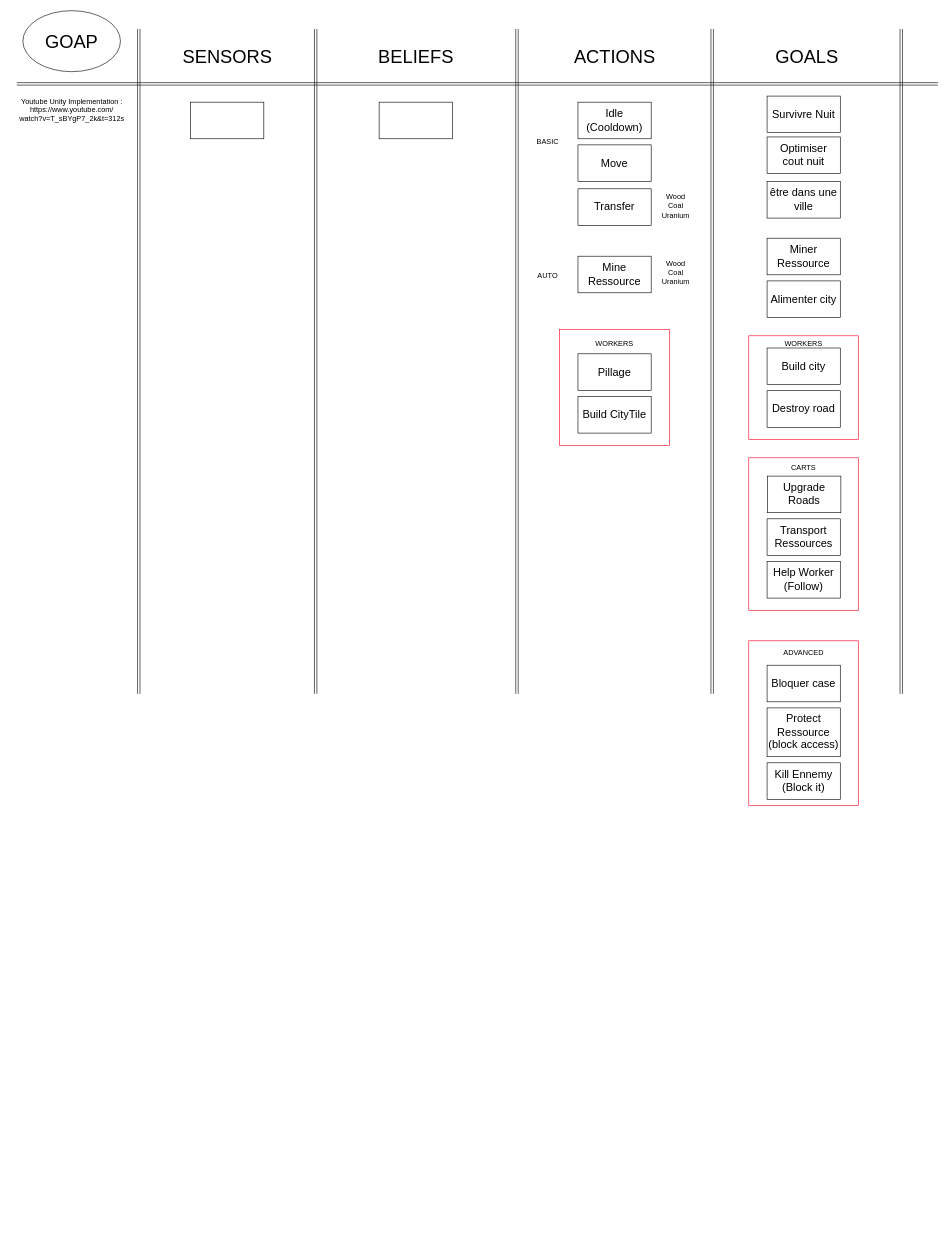
LouisViel/Lux-AI keeps this draw.io diagram as page "Unit" (4 of 6) of sources/lux.drawio. Above is the earlier version. Source tidied: cells renumbered, new cells numbered last; positions are measured from the earlier drawing's top-left corner, leaving out a move shared by most shapes. Both pictures are drawn from the tidied source at 61%, with x=0, y=0 at pixel (10, 10).
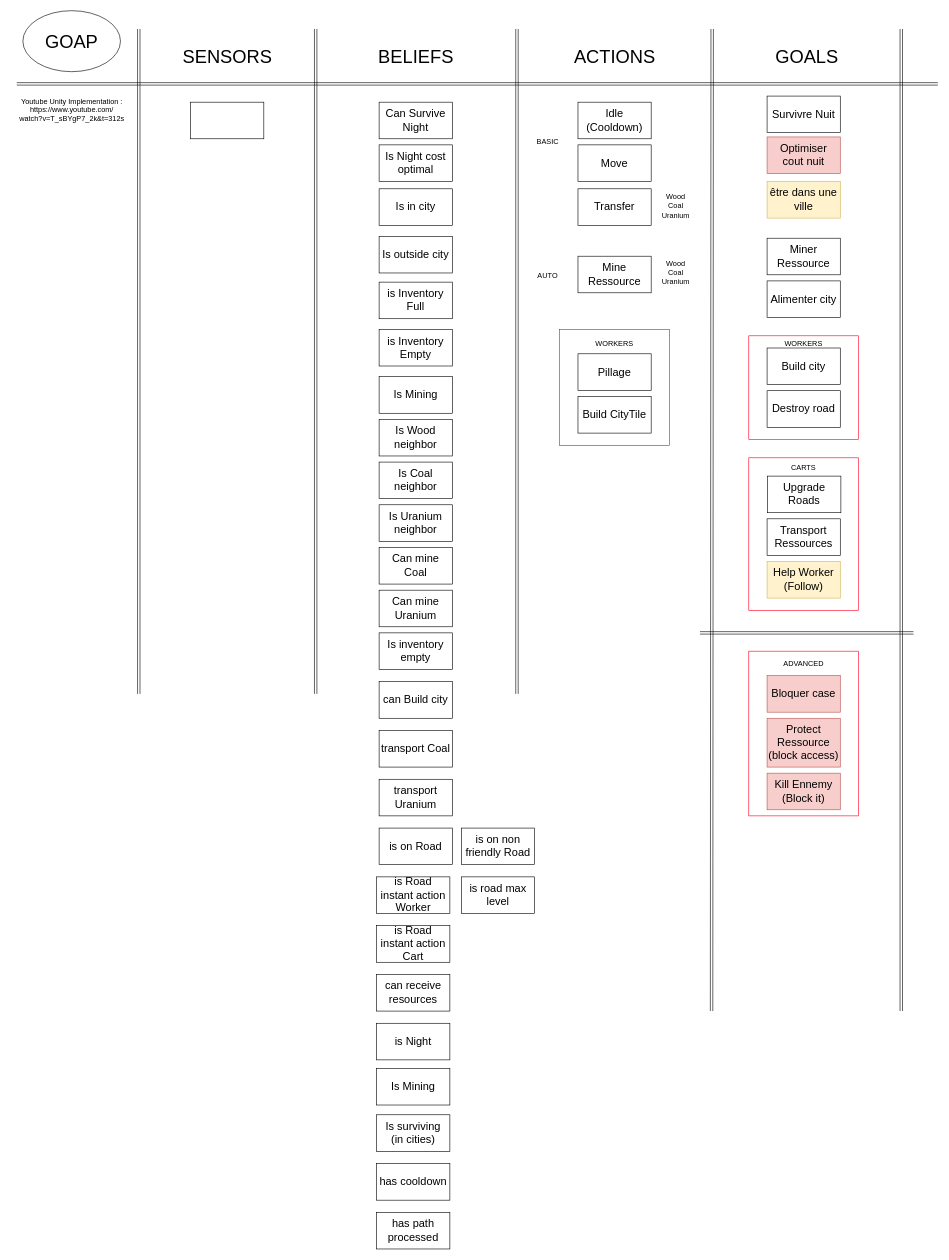
The same page after the edit.

Commit message:
Goap Unit Beliefs first listing

The edit, as a diff of the source:
```diff
@@
     <mxCell id="2" value="&lt;div&gt;ADVANCED&lt;br&gt;&lt;br&gt;&lt;br&gt;&lt;br&gt;&lt;br&gt;&lt;br&gt;&lt;br&gt;&lt;br&gt;&lt;br&gt;&lt;/div&gt;&lt;div&gt;&lt;br&gt;&lt;/div&gt;&lt;div&gt;&lt;br&gt;&lt;/div&gt;&lt;div&gt;&lt;br&gt;&lt;/div&gt;&lt;div&gt;&lt;br&gt;&lt;/div&gt;&lt;div&gt;&lt;br&gt;&lt;/div&gt;&lt;div&gt;&lt;br&gt;&lt;/div&gt;&lt;div&gt;&lt;br&gt;&lt;/div&gt;&lt;div&gt;&lt;br&gt;&lt;/div&gt;" style="whiteSpace=wrap;html=1;fillColor=none;strokeColor=#FF0022;" parent="1" vertex="1">
-      <mxGeometry x="1210" y="1033" width="180" height="270" as="geometry" />
+      <mxGeometry x="1210" y="1050" width="180" height="270" as="geometry" />
     </mxCell>
@@
     <mxCell id="12" style="orthogonalLoop=1;jettySize=auto;html=1;rounded=0;shape=link;labelBackgroundColor=none;fontColor=default;" parent="1" edge="1">
       <mxGeometry relative="1" as="geometry">
         <mxPoint x="1150" y="30" as="sourcePoint" />
-        <mxPoint x="1150" y="1120" as="targetPoint" />
+        <mxPoint x="1149" y="1640" as="targetPoint" />
       </mxGeometry>
     </mxCell>
     <mxCell id="13" style="orthogonalLoop=1;jettySize=auto;html=1;rounded=0;shape=link;labelBackgroundColor=none;fontColor=default;" parent="1" edge="1">
       <mxGeometry relative="1" as="geometry">
         <mxPoint x="1460" y="30" as="sourcePoint" />
-        <mxPoint x="1460" y="1120" as="targetPoint" />
+        <mxPoint x="1460" y="1640" as="targetPoint" />
       </mxGeometry>
     </mxCell>
@@
-    <mxCell id="16" style="whiteSpace=wrap;html=1;fontSize=18;labelBackgroundColor=none;" parent="1" vertex="1">
+    <mxCell id="16" value="Can Survive Night" style="whiteSpace=wrap;html=1;fontSize=18;labelBackgroundColor=none;" parent="1" vertex="1">
       <mxGeometry x="604" y="150" width="120" height="60" as="geometry" />
     </mxCell>
@@
-    <mxCell id="23" value="Bloquer case" style="whiteSpace=wrap;html=1;fontSize=18;labelBackgroundColor=none;" parent="1" vertex="1">
-      <mxGeometry x="1240" y="1073" width="120" height="60" as="geometry" />
+    <mxCell id="23" value="Bloquer case" style="whiteSpace=wrap;html=1;fontSize=18;labelBackgroundColor=none;fillColor=#f8cecc;strokeColor=#b85450;" parent="1" vertex="1">
+      <mxGeometry x="1240" y="1090" width="120" height="60" as="geometry" />
     </mxCell>
@@
-    <mxCell id="38" value="Protect Ressource&lt;br&gt;(block access)" style="whiteSpace=wrap;html=1;fontSize=18;labelBackgroundColor=none;" parent="1" vertex="1">
-      <mxGeometry x="1240" y="1143" width="120" height="80" as="geometry" />
+    <mxCell id="38" value="Protect Ressource&lt;br&gt;(block access)" style="whiteSpace=wrap;html=1;fontSize=18;labelBackgroundColor=none;fillColor=#f8cecc;strokeColor=#b85450;" parent="1" vertex="1">
+      <mxGeometry x="1240" y="1160" width="120" height="80" as="geometry" />
     </mxCell>
-    <mxCell id="39" value="Kill Ennemy&lt;br&gt;(Block it)" style="whiteSpace=wrap;html=1;fontSize=18;labelBackgroundColor=none;" parent="1" vertex="1">
-      <mxGeometry x="1240" y="1233" width="120" height="60" as="geometry" />
+    <mxCell id="39" value="Kill Ennemy&lt;br&gt;(Block it)" style="whiteSpace=wrap;html=1;fontSize=18;labelBackgroundColor=none;fillColor=#f8cecc;strokeColor=#b85450;" parent="1" vertex="1">
+      <mxGeometry x="1240" y="1250" width="120" height="60" as="geometry" />
     </mxCell>
@@
-    <mxCell id="43" value="Help Worker&lt;br&gt;(Follow)" style="whiteSpace=wrap;html=1;fontSize=18;labelBackgroundColor=none;" parent="1" vertex="1">
+    <mxCell id="43" value="Help Worker&lt;br&gt;(Follow)" style="whiteSpace=wrap;html=1;fontSize=18;labelBackgroundColor=none;fillColor=#fff2cc;strokeColor=#d6b656;" parent="1" vertex="1">
       <mxGeometry x="1240" y="903" width="120" height="60" as="geometry" />
     </mxCell>
@@
-    <mxCell id="45" value="être dans une ville" style="whiteSpace=wrap;html=1;fontSize=18;labelBackgroundColor=none;" parent="1" vertex="1">
+    <mxCell id="45" value="être dans une ville" style="whiteSpace=wrap;html=1;fontSize=18;labelBackgroundColor=none;fillColor=#fff2cc;strokeColor=#d6b656;" parent="1" vertex="1">
       <mxGeometry x="1240" y="280" width="120" height="60" as="geometry" />
     </mxCell>
-    <mxCell id="46" value="Optimiser&lt;br&gt;cout nuit" style="whiteSpace=wrap;html=1;fontSize=18;labelBackgroundColor=none;" parent="1" vertex="1">
+    <mxCell id="46" value="Optimiser&lt;br&gt;cout nuit" style="whiteSpace=wrap;html=1;fontSize=18;labelBackgroundColor=none;fillColor=#f8cecc;strokeColor=#b85450;" parent="1" vertex="1">
       <mxGeometry x="1240" y="207" width="120" height="60" as="geometry" />
     </mxCell>
+    <mxCell id="47" style="orthogonalLoop=1;jettySize=auto;html=1;rounded=0;shape=link;labelBackgroundColor=none;fontColor=default;" parent="1" edge="1">
+      <mxGeometry relative="1" as="geometry">
+        <mxPoint x="1480" y="1020" as="sourcePoint" />
+        <mxPoint x="1130" y="1020" as="targetPoint" />
+      </mxGeometry>
+    </mxCell>
+    <mxCell id="48" value="Is Night cost optimal" style="whiteSpace=wrap;html=1;fontSize=18;labelBackgroundColor=none;" parent="1" vertex="1">
+      <mxGeometry x="604" y="220" width="120" height="60" as="geometry" />
+    </mxCell>
+    <mxCell id="49" value="Is in city" style="whiteSpace=wrap;html=1;fontSize=18;labelBackgroundColor=none;" parent="1" vertex="1">
+      <mxGeometry x="604" y="292" width="120" height="60" as="geometry" />
+    </mxCell>
+    <mxCell id="50" value="is Inventory Full" style="whiteSpace=wrap;html=1;fontSize=18;labelBackgroundColor=none;" parent="1" vertex="1">
+      <mxGeometry x="604" y="445" width="120" height="60" as="geometry" />
+    </mxCell>
+    <mxCell id="51" value="is Inventory Empty" style="whiteSpace=wrap;html=1;fontSize=18;labelBackgroundColor=none;" parent="1" vertex="1">
+      <mxGeometry x="604" y="522.5" width="120" height="60" as="geometry" />
+    </mxCell>
+    <mxCell id="52" value="Is Mining" style="whiteSpace=wrap;html=1;fontSize=18;labelBackgroundColor=none;" parent="1" vertex="1">
+      <mxGeometry x="604" y="600" width="120" height="60" as="geometry" />
+    </mxCell>
+    <mxCell id="53" value="Is Coal neighbor" style="whiteSpace=wrap;html=1;fontSize=18;labelBackgroundColor=none;" parent="1" vertex="1">
+      <mxGeometry x="604" y="740" width="120" height="60" as="geometry" />
+    </mxCell>
+    <mxCell id="54" value="Is Uranium neighbor" style="whiteSpace=wrap;html=1;fontSize=18;labelBackgroundColor=none;" parent="1" vertex="1">
+      <mxGeometry x="604" y="810" width="120" height="60" as="geometry" />
+    </mxCell>
+    <mxCell id="55" value="Is Wood neighbor" style="whiteSpace=wrap;html=1;fontSize=18;labelBackgroundColor=none;" parent="1" vertex="1">
+      <mxGeometry x="604" y="670" width="120" height="60" as="geometry" />
+    </mxCell>
+    <mxCell id="56" value="Can mine Coal" style="whiteSpace=wrap;html=1;fontSize=18;labelBackgroundColor=none;" parent="1" vertex="1">
+      <mxGeometry x="604" y="880" width="120" height="60" as="geometry" />
+    </mxCell>
+    <mxCell id="57" value="Can mine Uranium" style="whiteSpace=wrap;html=1;fontSize=18;labelBackgroundColor=none;" parent="1" vertex="1">
+      <mxGeometry x="604" y="950" width="120" height="60" as="geometry" />
+    </mxCell>
+    <mxCell id="58" value="Is inventory empty" style="whiteSpace=wrap;html=1;fontSize=18;labelBackgroundColor=none;" parent="1" vertex="1">
+      <mxGeometry x="604" y="1020" width="120" height="60" as="geometry" />
+    </mxCell>
+    <mxCell id="59" value="Is outside city" style="whiteSpace=wrap;html=1;fontSize=18;labelBackgroundColor=none;" parent="1" vertex="1">
+      <mxGeometry x="604" y="370" width="120" height="60" as="geometry" />
+    </mxCell>
+    <mxCell id="60" value="can Build city" style="whiteSpace=wrap;html=1;fontSize=18;labelBackgroundColor=none;" parent="1" vertex="1">
+      <mxGeometry x="604" y="1100" width="120" height="60" as="geometry" />
+    </mxCell>
+    <mxCell id="61" value="transport Coal" style="whiteSpace=wrap;html=1;fontSize=18;labelBackgroundColor=none;" parent="1" vertex="1">
+      <mxGeometry x="604" y="1180" width="120" height="60" as="geometry" />
+    </mxCell>
+    <mxCell id="62" value="transport Uranium" style="whiteSpace=wrap;html=1;fontSize=18;labelBackgroundColor=none;" parent="1" vertex="1">
+      <mxGeometry x="604" y="1260" width="120" height="60" as="geometry" />
+    </mxCell>
+    <mxCell id="63" value="is on Road" style="whiteSpace=wrap;html=1;fontSize=18;labelBackgroundColor=none;" parent="1" vertex="1">
+      <mxGeometry x="604" y="1340" width="120" height="60" as="geometry" />
+    </mxCell>
+    <mxCell id="64" value="is Road instant action Worker" style="whiteSpace=wrap;html=1;fontSize=18;labelBackgroundColor=none;" parent="1" vertex="1">
+      <mxGeometry x="600" y="1420" width="120" height="60" as="geometry" />
+    </mxCell>
+    <mxCell id="65" value="is Road instant action Cart" style="whiteSpace=wrap;html=1;fontSize=18;labelBackgroundColor=none;" parent="1" vertex="1">
+      <mxGeometry x="600" y="1500" width="120" height="60" as="geometry" />
+    </mxCell>
+    <mxCell id="66" value="can receive resources" style="whiteSpace=wrap;html=1;fontSize=18;labelBackgroundColor=none;" parent="1" vertex="1">
+      <mxGeometry x="600" y="1580" width="120" height="60" as="geometry" />
+    </mxCell>
+    <mxCell id="67" value="is Night" style="whiteSpace=wrap;html=1;fontSize=18;labelBackgroundColor=none;" parent="1" vertex="1">
+      <mxGeometry x="600" y="1660" width="120" height="60" as="geometry" />
+    </mxCell>
+    <mxCell id="68" value="Is Mining" style="whiteSpace=wrap;html=1;fontSize=18;labelBackgroundColor=none;" parent="1" vertex="1">
+      <mxGeometry x="600" y="1734" width="120" height="60" as="geometry" />
+    </mxCell>
+    <mxCell id="69" value="Is surviving&lt;br&gt;(in cities)" style="whiteSpace=wrap;html=1;fontSize=18;labelBackgroundColor=none;" parent="1" vertex="1">
+      <mxGeometry x="600" y="1810" width="120" height="60" as="geometry" />
+    </mxCell>
+    <mxCell id="70" value="is on non friendly Road" style="whiteSpace=wrap;html=1;fontSize=18;labelBackgroundColor=none;" parent="1" vertex="1">
+      <mxGeometry x="739" y="1340" width="120" height="60" as="geometry" />
+    </mxCell>
+    <mxCell id="71" value="has cooldown" style="whiteSpace=wrap;html=1;fontSize=18;labelBackgroundColor=none;" parent="1" vertex="1">
+      <mxGeometry x="600" y="1890" width="120" height="60" as="geometry" />
+    </mxCell>
+    <mxCell id="72" value="is road max level" style="whiteSpace=wrap;html=1;fontSize=18;labelBackgroundColor=none;" parent="1" vertex="1">
+      <mxGeometry x="739" y="1420" width="120" height="60" as="geometry" />
+    </mxCell>
+    <mxCell id="73" value="has path processed" style="whiteSpace=wrap;html=1;fontSize=18;labelBackgroundColor=none;" parent="1" vertex="1">
+      <mxGeometry x="600" y="1970" width="120" height="60" as="geometry" />
+    </mxCell>
```
